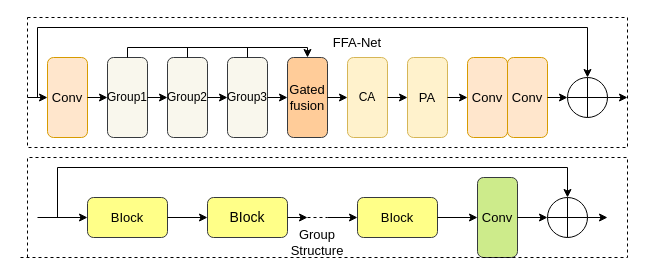
The draw.io diagram FFA Net.drawio in lgq622/long, before the edit. Source tidied: cells renumbered, new cells numbered last; positions are measured from the earlier drawing's top-left corner, leaving out a move shared by most shapes. Both pictures are drawn from the tidied source at 100%, with x=0, y=0 at pixel (17, 17).
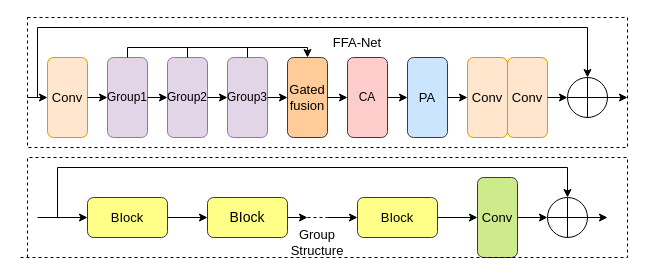
The same diagram, later.

The edit, as a diff of the source:
```diff
@@
-    <mxCell id="3" value="Group1" style="rounded=1;whiteSpace=wrap;html=1;fillColor=#f9f7ed;strokeColor=#36393d;direction=south;" parent="1" vertex="1">
+    <mxCell id="3" value="Group1" style="rounded=1;whiteSpace=wrap;html=1;direction=south;fillColor=#e1d5e7;strokeColor=#9673a6;" parent="1" vertex="1">
       <mxGeometry x="90" y="40" width="40" height="80" as="geometry" />
     </mxCell>
@@
-    <mxCell id="5" value="CA" style="rounded=1;whiteSpace=wrap;html=1;fillColor=#fff2cc;strokeColor=#d6b656;direction=south;" parent="1" vertex="1">
+    <mxCell id="5" value="CA" style="rounded=1;whiteSpace=wrap;html=1;fillColor=#ffcccc;strokeColor=#36393d;direction=south;" parent="1" vertex="1">
       <mxGeometry x="330" y="40" width="40" height="80" as="geometry" />
     </mxCell>
-    <mxCell id="6" value="&lt;font style=&quot;font-size: 13px;&quot;&gt;PA&lt;/font&gt;" style="rounded=1;whiteSpace=wrap;html=1;fillColor=#fff2cc;strokeColor=#d6b656;direction=south;" parent="1" vertex="1">
+    <mxCell id="6" value="&lt;font style=&quot;font-size: 13px;&quot;&gt;PA&lt;/font&gt;" style="rounded=1;whiteSpace=wrap;html=1;fillColor=#cce5ff;strokeColor=#36393d;direction=south;" parent="1" vertex="1">
       <mxGeometry x="390" y="40" width="40" height="80" as="geometry" />
     </mxCell>
@@
-    <mxCell id="8" value="Group2" style="rounded=1;whiteSpace=wrap;html=1;fillColor=#f9f7ed;strokeColor=#36393d;direction=south;" parent="1" vertex="1">
+    <mxCell id="8" value="Group2" style="rounded=1;whiteSpace=wrap;html=1;fillColor=#e1d5e7;strokeColor=#9673a6;direction=south;" parent="1" vertex="1">
       <mxGeometry x="150" y="40" width="40" height="80" as="geometry" />
     </mxCell>
-    <mxCell id="9" value="&lt;font&gt;Group3&lt;/font&gt;" style="rounded=1;whiteSpace=wrap;html=1;fillColor=#f9f7ed;strokeColor=#36393d;direction=south;" parent="1" vertex="1">
+    <mxCell id="9" value="&lt;font&gt;Group3&lt;/font&gt;" style="rounded=1;whiteSpace=wrap;html=1;fillColor=#e1d5e7;strokeColor=#9673a6;direction=south;" parent="1" vertex="1">
       <mxGeometry x="210" y="40" width="40" height="80" as="geometry" />
     </mxCell>
```
